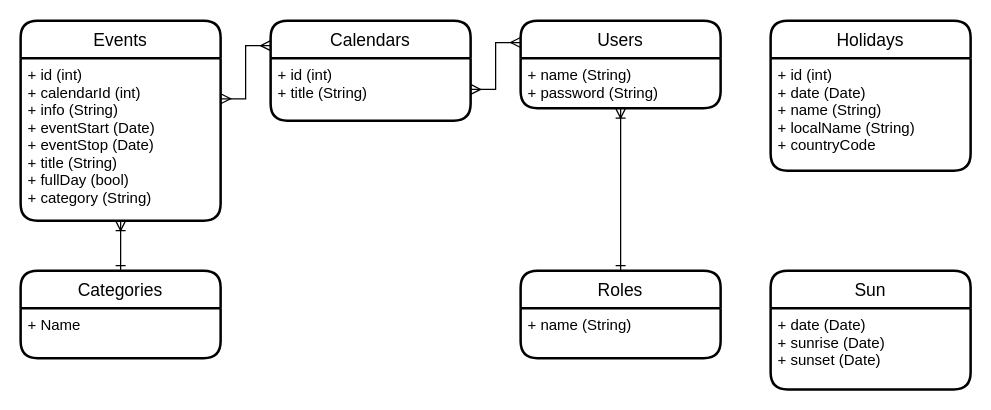
This is page "Entities" (1 of 6) of Class&DomainModels.drawio from Etlos01/3semEksamen, a draw.io file, before an edit. Source tidied: cells renumbered, new cells numbered last; positions are measured from the earlier drawing's top-left corner, leaving out a move shared by most shapes. Both pictures are drawn from the tidied source at 125%, with x=0, y=0 at pixel (20, 20).
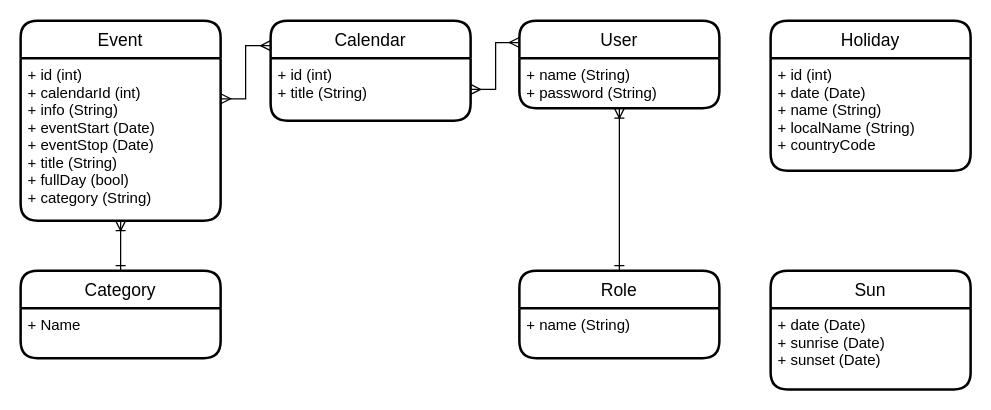
The same page after the edit.

Commit message (it also covers changes not shown here):
SetupDatabase class created

Change to the diagram source:
```diff
@@
 <mxGraphModel>
   <root>
     <mxCell id="0" />
     <mxCell id="1" parent="0" />
     <mxCell id="2" style="edgeStyle=orthogonalEdgeStyle;rounded=0;jettySize=auto;html=1;exitX=0.5;exitY=0;exitDx=0;exitDy=0;entryX=0.5;entryY=1;entryDx=0;entryDy=0;startArrow=ERone;startFill=0;endArrow=ERoneToMany;endFill=0;" parent="1" edge="1" source="3" target="6">
       <mxGeometry relative="1" as="geometry" />
     </mxCell>
-    <mxCell id="3" value="Categories" style="swimlane;horizontal=1;startSize=30;rounded=1;fontSize=14;fontStyle=0;strokeWidth=2;shadow=0;dashed=0;align=center;" parent="1" vertex="1">
+    <mxCell id="3" value="Category" style="swimlane;horizontal=1;startSize=30;rounded=1;fontSize=14;fontStyle=0;strokeWidth=2;shadow=0;dashed=0;align=center;" parent="1" vertex="1">
       <mxGeometry y="200" width="160" height="70" as="geometry" />
     </mxCell>
     <mxCell id="4" value="+ Name&#10;" style="align=left;strokeColor=none;fillColor=none;spacingLeft=4;fontSize=12;verticalAlign=top;" parent="3" vertex="1">
       <mxGeometry y="30" width="160" height="40" as="geometry" />
     </mxCell>
-    <mxCell id="5" value="Events" style="swimlane;horizontal=1;startSize=30;rounded=1;fontSize=14;fontStyle=0;strokeWidth=2;shadow=0;dashed=0;align=center;" parent="1" vertex="1">
+    <mxCell id="5" value="Event" style="swimlane;horizontal=1;startSize=30;rounded=1;fontSize=14;fontStyle=0;strokeWidth=2;shadow=0;dashed=0;align=center;" parent="1" vertex="1">
       <mxGeometry width="160" height="160" as="geometry" />
     </mxCell>
     <mxCell id="6" value="+ id (int)&#10;+ calendarId (int)&#10;+ info (String)&#10;+ eventStart (Date)&#10;+ eventStop (Date)&#10;+ title (String)&#10;+ fullDay (bool)&#10;+ category (String)&#10;" style="align=left;strokeColor=none;fillColor=none;spacingLeft=4;fontSize=12;verticalAlign=top;" parent="5" vertex="1">
       <mxGeometry y="30" width="160" height="130" as="geometry" />
     </mxCell>
-    <mxCell id="7" value="Calendars" style="swimlane;horizontal=1;startSize=30;rounded=1;fontSize=14;fontStyle=0;strokeWidth=2;shadow=0;dashed=0;align=center;" parent="1" vertex="1">
+    <mxCell id="7" value="Calendar" style="swimlane;horizontal=1;startSize=30;rounded=1;fontSize=14;fontStyle=0;strokeWidth=2;shadow=0;dashed=0;align=center;" parent="1" vertex="1">
       <mxGeometry x="200" width="160" height="80" as="geometry" />
     </mxCell>
     <mxCell id="8" value="+ id (int)&#10;+ title (String)&#10;" style="align=left;strokeColor=none;fillColor=none;spacingLeft=4;fontSize=12;verticalAlign=top;" parent="7" vertex="1">
       <mxGeometry y="30" width="160" height="50" as="geometry" />
     </mxCell>
-    <mxCell id="9" value="Users" style="swimlane;horizontal=1;startSize=30;rounded=1;fontSize=14;fontStyle=0;strokeWidth=2;shadow=0;dashed=0;align=center;" parent="1" vertex="1">
-      <mxGeometry x="400" width="160" height="70" as="geometry" />
+    <mxCell id="9" value="User" style="swimlane;horizontal=1;startSize=30;rounded=1;fontSize=14;fontStyle=0;strokeWidth=2;shadow=0;dashed=0;align=center;" parent="1" vertex="1">
+      <mxGeometry x="399" width="160" height="70" as="geometry" />
     </mxCell>
     <mxCell id="10" value="+ name (String)&#10;+ password (String)&#10;" style="align=left;strokeColor=none;fillColor=none;spacingLeft=4;fontSize=12;verticalAlign=top;" parent="9" vertex="1">
       <mxGeometry y="30" width="160" height="40" as="geometry" />
     </mxCell>
     <mxCell id="11" style="edgeStyle=orthogonalEdgeStyle;rounded=0;jettySize=auto;html=1;exitX=0.5;exitY=0;exitDx=0;exitDy=0;entryX=0.5;entryY=1;entryDx=0;entryDy=0;startArrow=ERone;startFill=0;endArrow=ERoneToMany;endFill=0;" parent="1" edge="1" source="12" target="10">
       <mxGeometry relative="1" as="geometry" />
     </mxCell>
-    <mxCell id="12" value="Roles" style="swimlane;horizontal=1;startSize=30;rounded=1;fontSize=14;fontStyle=0;strokeWidth=2;shadow=0;dashed=0;align=center;" parent="1" vertex="1">
-      <mxGeometry x="400" y="200" width="160" height="70" as="geometry" />
+    <mxCell id="12" value="Role" style="swimlane;horizontal=1;startSize=30;rounded=1;fontSize=14;fontStyle=0;strokeWidth=2;shadow=0;dashed=0;align=center;" parent="1" vertex="1">
+      <mxGeometry x="399" y="200" width="160" height="70" as="geometry" />
     </mxCell>
     <mxCell id="13" value="+ name (String)&#10;" style="align=left;strokeColor=none;fillColor=none;spacingLeft=4;fontSize=12;verticalAlign=top;" parent="12" vertex="1">
       <mxGeometry y="30" width="160" height="40" as="geometry" />
     </mxCell>
-    <mxCell id="14" value="Holidays" style="swimlane;horizontal=1;startSize=30;rounded=1;fontSize=14;fontStyle=0;strokeWidth=2;shadow=0;dashed=0;align=center;" parent="1" vertex="1">
+    <mxCell id="14" value="Holiday" style="swimlane;horizontal=1;startSize=30;rounded=1;fontSize=14;fontStyle=0;strokeWidth=2;shadow=0;dashed=0;align=center;" parent="1" vertex="1">
       <mxGeometry x="600" width="160" height="120" as="geometry" />
     </mxCell>
     <mxCell id="15" value="+ id (int)&#10;+ date (Date)&#10;+ name (String)&#10;+ localName (String)&#10;+ countryCode&#10;" style="align=left;strokeColor=none;fillColor=none;spacingLeft=4;fontSize=12;verticalAlign=top;" parent="14" vertex="1">
       <mxGeometry y="30" width="160" height="90" as="geometry" />
     </mxCell>
     <mxCell id="16" value="Sun" style="swimlane;horizontal=1;startSize=30;rounded=1;fontSize=14;fontStyle=0;strokeWidth=2;shadow=0;dashed=0;align=center;" parent="1" vertex="1">
       <mxGeometry x="600" y="200" width="160" height="95" as="geometry" />
     </mxCell>
     <mxCell id="17" value="+ date (Date)&#10;+ sunrise (Date)&#10;+ sunset (Date)&#10;" style="align=left;strokeColor=none;fillColor=none;spacingLeft=4;fontSize=12;verticalAlign=top;" parent="16" vertex="1">
       <mxGeometry y="30" width="160" height="65" as="geometry" />
     </mxCell>
     <mxCell id="18" style="edgeStyle=orthogonalEdgeStyle;rounded=0;jettySize=auto;html=1;exitX=1;exitY=0.25;exitDx=0;exitDy=0;entryX=0;entryY=0.25;entryDx=0;entryDy=0;startArrow=ERmany;startFill=0;endArrow=ERmany;endFill=0;" parent="1" edge="1" source="6" target="7">
       <mxGeometry relative="1" as="geometry" />
     </mxCell>
     <mxCell id="19" style="edgeStyle=orthogonalEdgeStyle;rounded=0;jettySize=auto;html=1;exitX=1;exitY=0.5;exitDx=0;exitDy=0;entryX=0;entryY=0.25;entryDx=0;entryDy=0;startArrow=ERmany;startFill=0;endArrow=ERmany;endFill=0;" parent="1" edge="1" source="8" target="9">
       <mxGeometry relative="1" as="geometry" />
     </mxCell>
   </root>
 </mxGraphModel>
```
